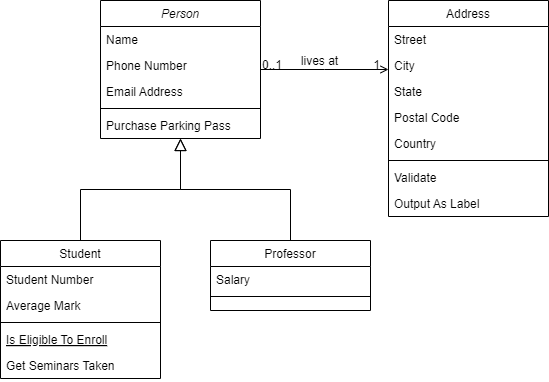
This is Observer Diag.drawio.png from jimmyjazz31/CSSFinalProject, a draw.io export, as it was before one commit. Source tidied: cells renumbered, new cells last; positions are measured from the earlier drawing's top-left corner, leaving out a move shared by most shapes.
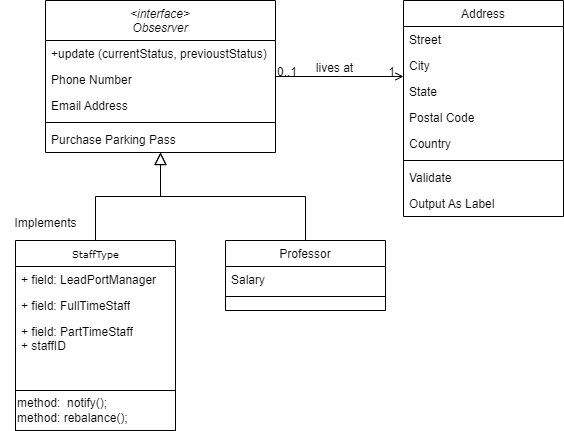
The same file after the commit.

What changed in the source:
```diff
@@ -2,44 +2,28 @@
   <root>
     <mxCell id="0" />
     <mxCell id="1" parent="0" />
-    <mxCell id="2" value="Person" style="swimlane;fontStyle=2;align=center;verticalAlign=top;horizontal=1;startSize=26;rounded=0;shadow=0;strokeWidth=1;" parent="1" vertex="1">
-      <mxGeometry x="100" width="160" height="138" as="geometry" />
+    <mxCell id="2" value="&lt;interface&gt;&#10;Obsesrver" style="swimlane;fontStyle=2;align=center;verticalAlign=top;horizontal=1;startSize=40;rounded=0;shadow=0;strokeWidth=1;" parent="1" vertex="1">
+      <mxGeometry x="30" width="230" height="152" as="geometry" />
     </mxCell>
-    <mxCell id="3" value="Name" style="text;align=left;verticalAlign=top;spacingLeft=4;spacingRight=4;overflow=hidden;" parent="2" vertex="1">
-      <mxGeometry y="26" width="160" height="26" as="geometry" />
+    <mxCell id="3" value="+update (currentStatus, previoustStatus)" style="text;align=left;verticalAlign=top;spacingLeft=4;spacingRight=4;overflow=hidden;" parent="2" vertex="1">
+      <mxGeometry y="40" width="230" height="26" as="geometry" />
     </mxCell>
     <mxCell id="4" value="Phone Number" style="text;align=left;verticalAlign=top;spacingLeft=4;spacingRight=4;overflow=hidden;rounded=0;shadow=0;html=0;" parent="2" vertex="1">
-      <mxGeometry y="52" width="160" height="26" as="geometry" />
+      <mxGeometry y="66" width="230" height="26" as="geometry" />
     </mxCell>
     <mxCell id="5" value="Email Address" style="text;align=left;verticalAlign=top;spacingLeft=4;spacingRight=4;overflow=hidden;rounded=0;shadow=0;html=0;" parent="2" vertex="1">
-      <mxGeometry y="78" width="160" height="26" as="geometry" />
+      <mxGeometry y="92" width="230" height="26" as="geometry" />
     </mxCell>
     <mxCell id="6" style="line;html=1;strokeWidth=1;align=left;verticalAlign=middle;spacingTop=-1;spacingLeft=3;spacingRight=3;labelPosition=right;" parent="2" vertex="1">
-      <mxGeometry y="104" width="160" height="8" as="geometry" />
+      <mxGeometry y="118" width="230" height="8" as="geometry" />
     </mxCell>
     <mxCell id="7" value="Purchase Parking Pass" style="text;align=left;verticalAlign=top;spacingLeft=4;spacingRight=4;overflow=hidden;" parent="2" vertex="1">
-      <mxGeometry y="112" width="160" height="26" as="geometry" />
+      <mxGeometry y="126" width="230" height="26" as="geometry" />
     </mxCell>
-    <mxCell id="8" value="Student" style="swimlane;fontStyle=0;align=center;verticalAlign=top;horizontal=1;startSize=26;rounded=0;shadow=0;strokeWidth=1;" parent="1" vertex="1">
-      <mxGeometry y="240" width="160" height="138" as="geometry" />
-    </mxCell>
-    <mxCell id="9" value="Student Number" style="text;align=left;verticalAlign=top;spacingLeft=4;spacingRight=4;overflow=hidden;" parent="8" vertex="1">
-      <mxGeometry y="26" width="160" height="26" as="geometry" />
-    </mxCell>
-    <mxCell id="10" value="Average Mark" style="text;align=left;verticalAlign=top;spacingLeft=4;spacingRight=4;overflow=hidden;rounded=0;shadow=0;html=0;" parent="8" vertex="1">
-      <mxGeometry y="52" width="160" height="26" as="geometry" />
-    </mxCell>
-    <mxCell id="11" style="line;html=1;strokeWidth=1;align=left;verticalAlign=middle;spacingTop=-1;spacingLeft=3;spacingRight=3;labelPosition=right;" parent="8" vertex="1">
-      <mxGeometry y="78" width="160" height="8" as="geometry" />
-    </mxCell>
-    <mxCell id="12" value="Is Eligible To Enroll" style="text;align=left;verticalAlign=top;spacingLeft=4;spacingRight=4;overflow=hidden;fontStyle=4;" parent="8" vertex="1">
-      <mxGeometry y="86" width="160" height="26" as="geometry" />
-    </mxCell>
-    <mxCell id="13" value="Get Seminars Taken" style="text;align=left;verticalAlign=top;spacingLeft=4;spacingRight=4;overflow=hidden;" parent="8" vertex="1">
-      <mxGeometry y="112" width="160" height="26" as="geometry" />
-    </mxCell>
-    <mxCell id="14" style="endArrow=block;endSize=10;endFill=0;shadow=0;strokeWidth=1;rounded=0;curved=0;edgeStyle=elbowEdgeStyle;elbow=vertical;" parent="1" edge="1" source="8" target="2">
-      <mxGeometry relative="1" as="geometry" />
+    <mxCell id="14" style="endArrow=block;endSize=10;endFill=0;shadow=0;strokeWidth=1;rounded=0;curved=0;edgeStyle=elbowEdgeStyle;elbow=vertical;" parent="1" edge="1" target="2">
+      <mxGeometry relative="1" as="geometry">
+        <mxPoint x="80" y="240" as="sourcePoint" />
+      </mxGeometry>
     </mxCell>
     <mxCell id="15" value="Professor" style="swimlane;fontStyle=0;align=center;verticalAlign=top;horizontal=1;startSize=26;rounded=0;shadow=0;strokeWidth=1;" parent="1" vertex="1">
       <mxGeometry x="210" y="240" width="160" height="70" as="geometry" />
@@ -100,5 +84,23 @@
         <mxPoint x="-38" y="40" as="offset" />
       </mxGeometry>
     </mxCell>
+    <mxCell id="32" value="StaffType" style="swimlane;html=1;fontStyle=0;horizontal=1;startSize=26;fillColor=none;swimlaneFillColor=#ffffff;rounded=0;shadow=0;comic=0;labelBackgroundColor=none;strokeWidth=1;fontFamily=Verdana;fontSize=10;align=center;" parent="1" vertex="1">
+      <mxGeometry y="240" width="160" height="150" as="geometry" />
+    </mxCell>
+    <mxCell id="33" value="+ field: LeadPortManager" style="text;html=1;strokeColor=none;fillColor=none;align=left;verticalAlign=top;spacingLeft=4;spacingRight=4;whiteSpace=wrap;overflow=hidden;" parent="32" vertex="1">
+      <mxGeometry y="26" width="160" height="26" as="geometry" />
+    </mxCell>
+    <mxCell id="34" value="+ field: FullTimeStaff" style="text;html=1;strokeColor=none;fillColor=none;align=left;verticalAlign=top;spacingLeft=4;spacingRight=4;whiteSpace=wrap;overflow=hidden;" parent="32" vertex="1">
+      <mxGeometry y="52" width="160" height="26" as="geometry" />
+    </mxCell>
+    <mxCell id="35" value="+ field: PartTimeStaff&lt;div&gt;+ staffID&lt;/div&gt;" style="text;html=1;strokeColor=none;fillColor=none;align=left;verticalAlign=top;spacingLeft=4;spacingRight=4;whiteSpace=wrap;overflow=hidden;" parent="32" vertex="1">
+      <mxGeometry y="78" width="160" height="42" as="geometry" />
+    </mxCell>
+    <mxCell id="36" value="Implements" style="text;html=1;align=center;verticalAlign=middle;strokeColor=none;fillColor=none;" parent="1" vertex="1">
+      <mxGeometry x="-15" y="208" width="90" height="30" as="geometry" />
+    </mxCell>
+    <mxCell id="37" value="method:&amp;nbsp; notify();&lt;div&gt;method: rebalance();&lt;/div&gt;" style="rounded=0;whiteSpace=wrap;html=1;align=left;" parent="1" vertex="1">
+      <mxGeometry y="390" width="160" height="40" as="geometry" />
+    </mxCell>
   </root>
 </mxGraphModel>
```
